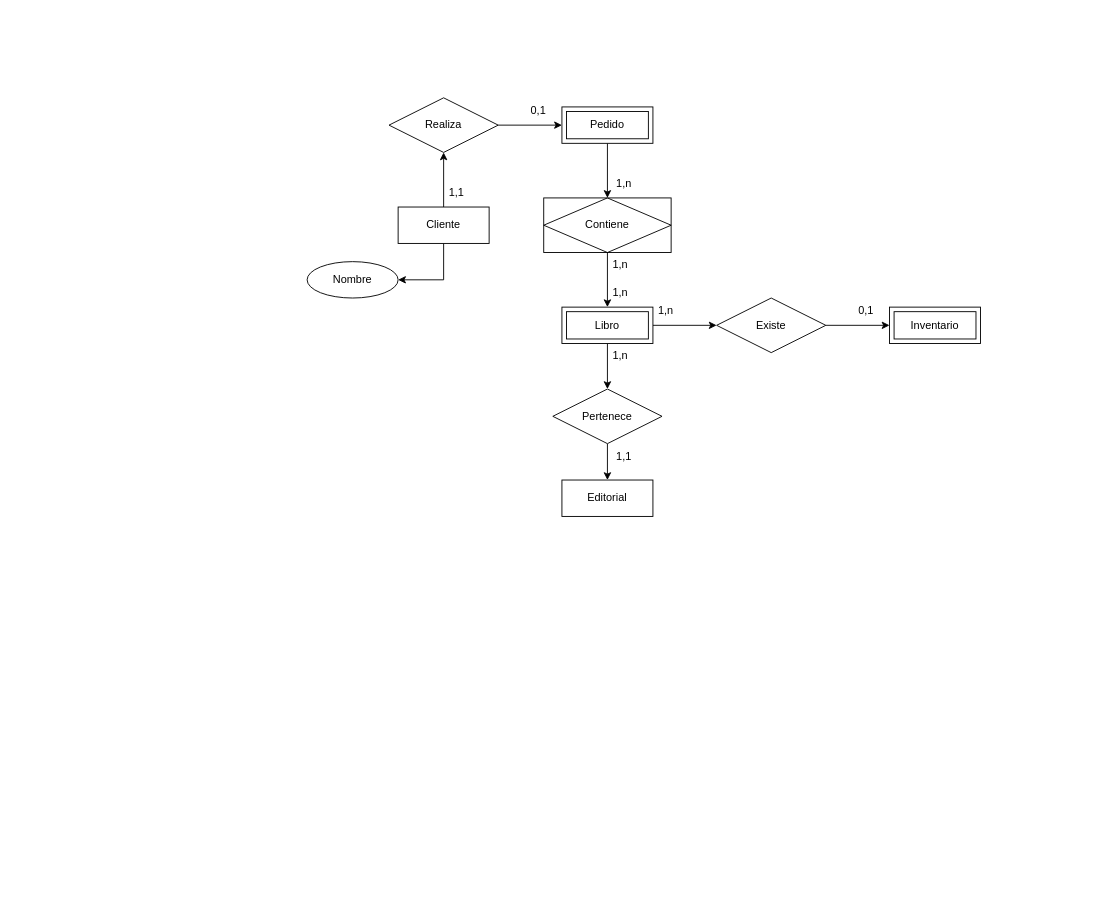
The draw.io diagram Alura/Diagrama.drawio in Alvaro-GF/Portafolio_Alura, before the edit. Source tidied: cells renumbered, new cells numbered last; positions are measured from the earlier drawing's top-left corner, leaving out a move shared by most shapes. Both pictures are drawn from the tidied source at 91%, with x=0, y=0 at pixel (307, 97).
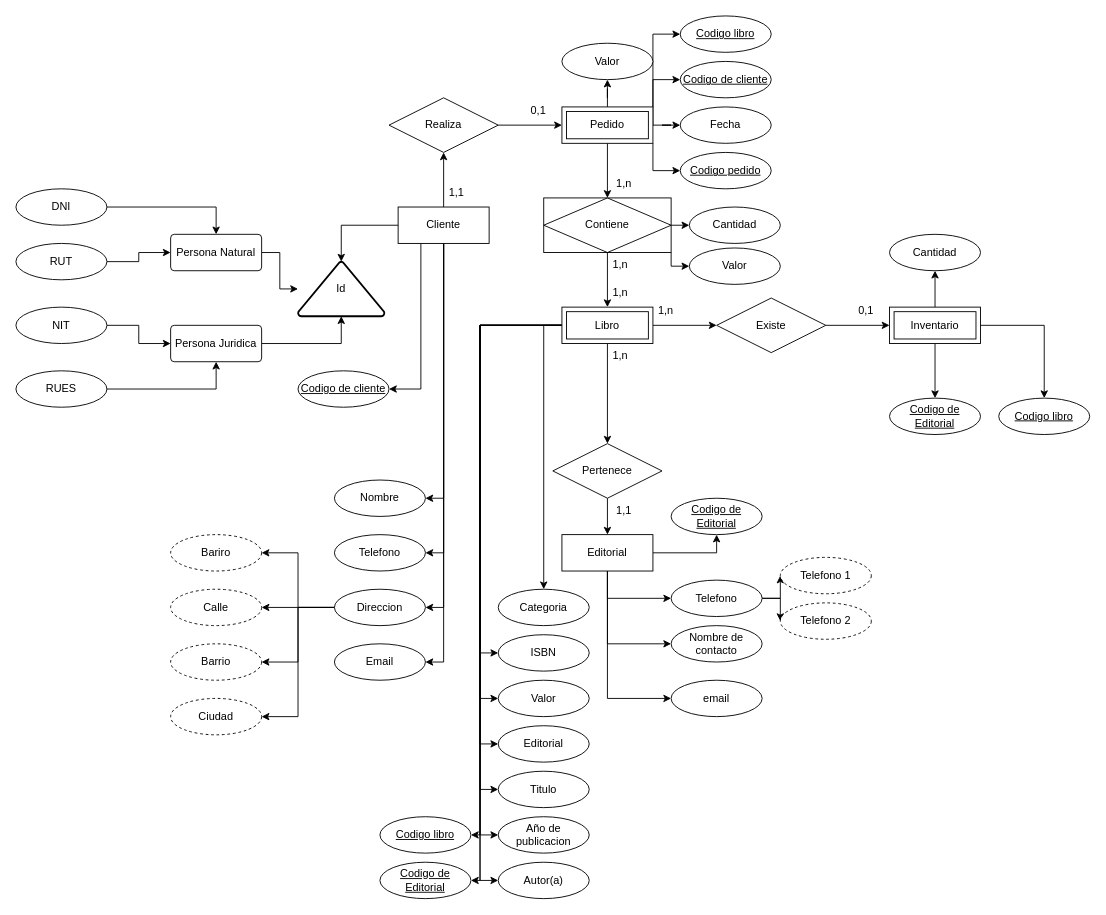
Above is the later version.

The change refers to these unchanged cells:
```xml
<mxCell id="4" value="Cliente" style="whiteSpace=wrap;html=1;align=center;" parent="1" vertex="1">
  <mxGeometry x="100" y="120" width="100" height="40" as="geometry" />
</mxCell>
<mxCell id="6" value="Pedido" style="shape=ext;margin=3;double=1;whiteSpace=wrap;html=1;align=center;" parent="1" vertex="1">
  <mxGeometry x="280" y="10" width="100" height="40" as="geometry" />
</mxCell>
<mxCell id="8" value="Contiene" style="shape=associativeEntity;whiteSpace=wrap;html=1;align=center;" parent="1" vertex="1">
  <mxGeometry x="260" y="110" width="140" height="60" as="geometry" />
</mxCell>
<mxCell id="15" value="Libro" style="shape=ext;margin=3;double=1;whiteSpace=wrap;html=1;align=center;" parent="1" vertex="1">
  <mxGeometry x="280" y="230" width="100" height="40" as="geometry" />
</mxCell>
<mxCell id="19" value="Inventario" style="shape=ext;margin=3;double=1;whiteSpace=wrap;html=1;align=center;" parent="1" vertex="1">
  <mxGeometry x="640" y="230" width="100" height="40" as="geometry" />
</mxCell>
```

What changed in the source:
```diff
@@
+    <mxCell id="30" style="edgeStyle=orthogonalEdgeStyle;rounded=0;jettySize=auto;html=1;entryX=1;entryY=0.5;entryDx=0;entryDy=0;" parent="1" edge="1" source="4" target="57">
+      <mxGeometry relative="1" as="geometry" />
+    </mxCell>
+    <mxCell id="31" style="edgeStyle=orthogonalEdgeStyle;rounded=0;jettySize=auto;html=1;entryX=1;entryY=0.5;entryDx=0;entryDy=0;" parent="1" edge="1" source="4" target="63">
+      <mxGeometry relative="1" as="geometry" />
+    </mxCell>
+    <mxCell id="32" style="edgeStyle=orthogonalEdgeStyle;rounded=0;jettySize=auto;html=1;exitX=0.5;exitY=1;exitDx=0;exitDy=0;entryX=1;entryY=0.5;entryDx=0;entryDy=0;" parent="1" edge="1" source="4" target="58">
+      <mxGeometry relative="1" as="geometry" />
+    </mxCell>
+    <mxCell id="33" style="edgeStyle=orthogonalEdgeStyle;rounded=0;jettySize=auto;html=1;exitX=0.25;exitY=1;exitDx=0;exitDy=0;entryX=1;entryY=0.5;entryDx=0;entryDy=0;" parent="1" edge="1" source="4" target="97">
+      <mxGeometry relative="1" as="geometry" />
+    </mxCell>
@@
+    <mxCell id="34" style="edgeStyle=orthogonalEdgeStyle;rounded=0;jettySize=auto;html=1;exitX=0.5;exitY=0;exitDx=0;exitDy=0;" parent="1" edge="1" source="6" target="83">
+      <mxGeometry relative="1" as="geometry" />
+    </mxCell>
+    <mxCell id="35" style="edgeStyle=orthogonalEdgeStyle;rounded=0;jettySize=auto;html=1;exitX=1;exitY=0.5;exitDx=0;exitDy=0;" parent="1" edge="1" source="6" target="82">
+      <mxGeometry relative="1" as="geometry" />
+    </mxCell>
+    <mxCell id="36" style="edgeStyle=orthogonalEdgeStyle;rounded=0;jettySize=auto;html=1;exitX=1;exitY=0;exitDx=0;exitDy=0;entryX=0;entryY=0.5;entryDx=0;entryDy=0;" parent="1" edge="1" source="6" target="99">
+      <mxGeometry relative="1" as="geometry" />
+    </mxCell>
+    <mxCell id="37" style="edgeStyle=orthogonalEdgeStyle;rounded=0;jettySize=auto;html=1;exitX=1;exitY=1;exitDx=0;exitDy=0;entryX=0;entryY=0.5;entryDx=0;entryDy=0;" parent="1" edge="1" source="6" target="101">
+      <mxGeometry relative="1" as="geometry" />
+    </mxCell>
+    <mxCell id="38" style="edgeStyle=orthogonalEdgeStyle;rounded=0;jettySize=auto;html=1;exitX=1;exitY=0.5;exitDx=0;exitDy=0;entryX=0;entryY=0.5;entryDx=0;entryDy=0;" parent="1" edge="1" source="6" target="109">
+      <mxGeometry relative="1" as="geometry">
+        <Array as="points">
+          <mxPoint x="380" y="-70" />
+        </Array>
+      </mxGeometry>
+    </mxCell>
@@
+    <mxCell id="39" style="edgeStyle=orthogonalEdgeStyle;rounded=0;jettySize=auto;html=1;exitX=1;exitY=0.5;exitDx=0;exitDy=0;entryX=0;entryY=0.5;entryDx=0;entryDy=0;" parent="1" edge="1" source="8" target="105">
+      <mxGeometry relative="1" as="geometry" />
+    </mxCell>
+    <mxCell id="40" style="edgeStyle=orthogonalEdgeStyle;rounded=0;jettySize=auto;html=1;exitX=1;exitY=1;exitDx=0;exitDy=0;entryX=0;entryY=0.5;entryDx=0;entryDy=0;" parent="1" edge="1" source="8" target="106">
+      <mxGeometry relative="1" as="geometry">
+        <Array as="points">
+          <mxPoint x="400" y="185" />
+        </Array>
+      </mxGeometry>
+    </mxCell>
@@
-    <mxCell id="11" style="edgeStyle=orthogonalEdgeStyle;rounded=0;jettySize=auto;html=1;exitX=0.5;exitY=1;exitDx=0;exitDy=0;entryX=0.5;entryY=0;entryDx=0;entryDy=0;" parent="1" edge="1" source="12" target="16">
+    <mxCell id="11" style="edgeStyle=orthogonalEdgeStyle;rounded=0;jettySize=auto;html=1;exitX=0.5;exitY=1;exitDx=0;exitDy=0;" parent="1" edge="1" source="12" target="16">
       <mxGeometry relative="1" as="geometry" />
     </mxCell>
     <mxCell id="12" value="Pertenece" style="shape=rhombus;perimeter=rhombusPerimeter;whiteSpace=wrap;html=1;align=center;" parent="1" vertex="1">
-      <mxGeometry x="270" y="320" width="120" height="60" as="geometry" />
+      <mxGeometry x="270" y="380" width="120" height="60" as="geometry" />
     </mxCell>
-    <mxCell id="13" style="edgeStyle=orthogonalEdgeStyle;rounded=0;jettySize=auto;html=1;exitX=0.5;exitY=1;exitDx=0;exitDy=0;entryX=0.5;entryY=0;entryDx=0;entryDy=0;" parent="1" edge="1" source="15" target="12">
+    <mxCell id="13" style="edgeStyle=orthogonalEdgeStyle;rounded=0;jettySize=auto;html=1;exitX=0.5;exitY=1;exitDx=0;exitDy=0;" parent="1" edge="1" source="15" target="12">
       <mxGeometry relative="1" as="geometry" />
     </mxCell>
@@
+    <mxCell id="41" style="edgeStyle=orthogonalEdgeStyle;rounded=0;jettySize=auto;html=1;exitX=0;exitY=0.5;exitDx=0;exitDy=0;" parent="1" edge="1" source="15" target="91">
+      <mxGeometry relative="1" as="geometry" />
+    </mxCell>
+    <mxCell id="42" style="edgeStyle=orthogonalEdgeStyle;rounded=0;jettySize=auto;html=1;exitX=0;exitY=0.5;exitDx=0;exitDy=0;entryX=0;entryY=0.5;entryDx=0;entryDy=0;" parent="1" edge="1" source="15" target="90">
+      <mxGeometry relative="1" as="geometry" />
+    </mxCell>
+    <mxCell id="43" style="edgeStyle=orthogonalEdgeStyle;rounded=0;jettySize=auto;html=1;exitX=0;exitY=0.5;exitDx=0;exitDy=0;entryX=0;entryY=0.5;entryDx=0;entryDy=0;" parent="1" edge="1" source="15" target="89">
+      <mxGeometry relative="1" as="geometry" />
+    </mxCell>
+    <mxCell id="44" style="edgeStyle=orthogonalEdgeStyle;rounded=0;jettySize=auto;html=1;exitX=0;exitY=0.5;exitDx=0;exitDy=0;entryX=0;entryY=0.5;entryDx=0;entryDy=0;" parent="1" edge="1" source="15" target="88">
+      <mxGeometry relative="1" as="geometry" />
+    </mxCell>
+    <mxCell id="45" style="edgeStyle=orthogonalEdgeStyle;rounded=0;jettySize=auto;html=1;exitX=0;exitY=0.5;exitDx=0;exitDy=0;entryX=0;entryY=0.5;entryDx=0;entryDy=0;" parent="1" edge="1" source="15" target="85">
+      <mxGeometry relative="1" as="geometry" />
+    </mxCell>
+    <mxCell id="46" style="edgeStyle=orthogonalEdgeStyle;rounded=0;jettySize=auto;html=1;exitX=0;exitY=0.5;exitDx=0;exitDy=0;entryX=0;entryY=0.5;entryDx=0;entryDy=0;" parent="1" edge="1" source="15" target="86">
+      <mxGeometry relative="1" as="geometry" />
+    </mxCell>
+    <mxCell id="47" style="edgeStyle=orthogonalEdgeStyle;rounded=0;jettySize=auto;html=1;exitX=0;exitY=0.5;exitDx=0;exitDy=0;entryX=0;entryY=0.5;entryDx=0;entryDy=0;" parent="1" edge="1" source="15" target="87">
+      <mxGeometry relative="1" as="geometry" />
+    </mxCell>
+    <mxCell id="48" style="edgeStyle=orthogonalEdgeStyle;rounded=0;jettySize=auto;html=1;exitX=0;exitY=0.5;exitDx=0;exitDy=0;entryX=1;entryY=0.5;entryDx=0;entryDy=0;" parent="1" edge="1" source="15" target="100">
+      <mxGeometry relative="1" as="geometry">
+        <Array as="points">
+          <mxPoint x="190" y="250" />
+          <mxPoint x="190" y="860" />
+        </Array>
+      </mxGeometry>
+    </mxCell>
+    <mxCell id="49" style="edgeStyle=orthogonalEdgeStyle;rounded=0;jettySize=auto;html=1;exitX=0;exitY=0.5;exitDx=0;exitDy=0;entryX=1;entryY=0.5;entryDx=0;entryDy=0;" parent="1" edge="1" source="15" target="107">
+      <mxGeometry relative="1" as="geometry">
+        <Array as="points">
+          <mxPoint x="190" y="250" />
+          <mxPoint x="190" y="810" />
+        </Array>
+      </mxGeometry>
+    </mxCell>
@@
+    <mxCell id="50" style="edgeStyle=orthogonalEdgeStyle;rounded=0;jettySize=auto;html=1;exitX=0.5;exitY=1;exitDx=0;exitDy=0;entryX=0;entryY=0.5;entryDx=0;entryDy=0;" parent="1" edge="1" source="16" target="94">
+      <mxGeometry relative="1" as="geometry" />
+    </mxCell>
+    <mxCell id="51" style="edgeStyle=orthogonalEdgeStyle;rounded=0;jettySize=auto;html=1;exitX=0.5;exitY=1;exitDx=0;exitDy=0;entryX=0;entryY=0.5;entryDx=0;entryDy=0;" parent="1" edge="1" source="16" target="103">
+      <mxGeometry relative="1" as="geometry" />
+    </mxCell>
+    <mxCell id="52" style="edgeStyle=orthogonalEdgeStyle;rounded=0;jettySize=auto;html=1;exitX=0.5;exitY=1;exitDx=0;exitDy=0;entryX=0;entryY=0.5;entryDx=0;entryDy=0;" parent="1" edge="1" source="16" target="104">
+      <mxGeometry relative="1" as="geometry" />
+    </mxCell>
+    <mxCell id="53" style="edgeStyle=orthogonalEdgeStyle;rounded=0;jettySize=auto;html=1;exitX=1;exitY=0.5;exitDx=0;exitDy=0;entryX=0.5;entryY=1;entryDx=0;entryDy=0;" parent="1" edge="1" source="16" target="98">
+      <mxGeometry relative="1" as="geometry" />
+    </mxCell>
     <mxCell id="16" value="Editorial" style="whiteSpace=wrap;html=1;align=center;" parent="1" vertex="1">
-      <mxGeometry x="280" y="420" width="100" height="40" as="geometry" />
+      <mxGeometry x="280" y="480" width="100" height="40" as="geometry" />
     </mxCell>
@@
+    <mxCell id="54" style="edgeStyle=orthogonalEdgeStyle;rounded=0;jettySize=auto;html=1;exitX=0.5;exitY=0;exitDx=0;exitDy=0;" parent="1" edge="1" source="19" target="84">
+      <mxGeometry relative="1" as="geometry" />
+    </mxCell>
+    <mxCell id="55" style="edgeStyle=orthogonalEdgeStyle;rounded=0;jettySize=auto;html=1;exitX=0.5;exitY=1;exitDx=0;exitDy=0;entryX=0.5;entryY=0;entryDx=0;entryDy=0;" parent="1" edge="1" source="19" target="102">
+      <mxGeometry relative="1" as="geometry" />
+    </mxCell>
+    <mxCell id="56" style="edgeStyle=orthogonalEdgeStyle;rounded=0;jettySize=auto;html=1;exitX=1;exitY=0.5;exitDx=0;exitDy=0;" parent="1" edge="1" source="19" target="108">
+      <mxGeometry relative="1" as="geometry" />
+    </mxCell>
@@
     <mxCell id="25" value="1,1" style="text;strokeColor=none;fillColor=none;spacingLeft=4;spacingRight=4;overflow=hidden;fontSize=12;whiteSpace=wrap;html=1;" parent="1" vertex="1">
-      <mxGeometry x="334" y="380" width="40" height="30" as="geometry" />
+      <mxGeometry x="334" y="440" width="40" height="30" as="geometry" />
     </mxCell>
@@
     <mxCell id="29" value="Nombre" style="ellipse;whiteSpace=wrap;html=1;align=center;" parent="1" vertex="1">
-      <mxGeometry y="180" width="100" height="40" as="geometry" />
+      <mxGeometry x="30" y="420" width="100" height="40" as="geometry" />
     </mxCell>
+    <mxCell id="57" value="Telefono" style="ellipse;whiteSpace=wrap;html=1;align=center;" parent="1" vertex="1">
+      <mxGeometry x="30" y="480" width="100" height="40" as="geometry" />
+    </mxCell>
+    <mxCell id="58" value="Email" style="ellipse;whiteSpace=wrap;html=1;align=center;" parent="1" vertex="1">
+      <mxGeometry x="30" y="600" width="100" height="40" as="geometry" />
+    </mxCell>
+    <mxCell id="59" style="edgeStyle=orthogonalEdgeStyle;rounded=0;jettySize=auto;html=1;exitX=0;exitY=0.5;exitDx=0;exitDy=0;entryX=1;entryY=0.5;entryDx=0;entryDy=0;" parent="1" edge="1" source="63" target="64">
+      <mxGeometry relative="1" as="geometry" />
+    </mxCell>
+    <mxCell id="60" style="edgeStyle=orthogonalEdgeStyle;rounded=0;jettySize=auto;html=1;exitX=0;exitY=0.5;exitDx=0;exitDy=0;entryX=1;entryY=0.5;entryDx=0;entryDy=0;" parent="1" edge="1" source="63" target="65">
+      <mxGeometry relative="1" as="geometry" />
+    </mxCell>
+    <mxCell id="61" style="edgeStyle=orthogonalEdgeStyle;rounded=0;jettySize=auto;html=1;exitX=0;exitY=0.5;exitDx=0;exitDy=0;entryX=1;entryY=0.5;entryDx=0;entryDy=0;" parent="1" edge="1" source="63" target="66">
+      <mxGeometry relative="1" as="geometry" />
+    </mxCell>
+    <mxCell id="62" style="edgeStyle=orthogonalEdgeStyle;rounded=0;jettySize=auto;html=1;exitX=0;exitY=0.5;exitDx=0;exitDy=0;entryX=1;entryY=0.5;entryDx=0;entryDy=0;" parent="1" edge="1" source="63" target="67">
+      <mxGeometry relative="1" as="geometry" />
+    </mxCell>
+    <mxCell id="63" value="Direccion" style="ellipse;whiteSpace=wrap;html=1;align=center;" parent="1" vertex="1">
+      <mxGeometry x="30" y="540" width="100" height="40" as="geometry" />
+    </mxCell>
+    <mxCell id="64" value="Calle" style="ellipse;whiteSpace=wrap;html=1;align=center;dashed=1;" parent="1" vertex="1">
+      <mxGeometry x="-150" y="540" width="100" height="40" as="geometry" />
+    </mxCell>
+    <mxCell id="65" value="Barrio" style="ellipse;whiteSpace=wrap;html=1;align=center;dashed=1;" parent="1" vertex="1">
+      <mxGeometry x="-150" y="600" width="100" height="40" as="geometry" />
+    </mxCell>
+    <mxCell id="66" value="Ciudad" style="ellipse;whiteSpace=wrap;html=1;align=center;dashed=1;" parent="1" vertex="1">
+      <mxGeometry x="-150" y="660" width="100" height="40" as="geometry" />
+    </mxCell>
+    <mxCell id="67" value="Bariro" style="ellipse;whiteSpace=wrap;html=1;align=center;dashed=1;" parent="1" vertex="1">
+      <mxGeometry x="-150" y="480" width="100" height="40" as="geometry" />
+    </mxCell>
+    <mxCell id="68" value="Id" style="strokeWidth=2;html=1;shape=mxgraph.flowchart.extract_or_measurement;whiteSpace=wrap;" parent="1" vertex="1">
+      <mxGeometry x="-10" y="180" width="95" height="60" as="geometry" />
+    </mxCell>
+    <mxCell id="69" style="edgeStyle=orthogonalEdgeStyle;rounded=0;jettySize=auto;html=1;exitX=0;exitY=0.5;exitDx=0;exitDy=0;entryX=0.5;entryY=0;entryDx=0;entryDy=0;entryPerimeter=0;" parent="1" edge="1" source="4" target="68">
+      <mxGeometry relative="1" as="geometry" />
+    </mxCell>
+    <mxCell id="70" style="edgeStyle=orthogonalEdgeStyle;rounded=0;jettySize=auto;html=1;exitX=1;exitY=0.5;exitDx=0;exitDy=0;" parent="1" edge="1" source="71" target="68">
+      <mxGeometry relative="1" as="geometry" />
+    </mxCell>
+    <mxCell id="71" value="Persona Natural" style="rounded=1;arcSize=10;whiteSpace=wrap;html=1;align=center;" parent="1" vertex="1">
+      <mxGeometry x="-150" y="150" width="100" height="40" as="geometry" />
+    </mxCell>
+    <mxCell id="72" style="edgeStyle=orthogonalEdgeStyle;rounded=0;jettySize=auto;html=1;exitX=1;exitY=0.5;exitDx=0;exitDy=0;" parent="1" edge="1" source="73" target="68">
+      <mxGeometry relative="1" as="geometry" />
+    </mxCell>
+    <mxCell id="73" value="Persona Juridica" style="rounded=1;arcSize=10;whiteSpace=wrap;html=1;align=center;" parent="1" vertex="1">
+      <mxGeometry x="-150" y="250" width="100" height="40" as="geometry" />
+    </mxCell>
+    <mxCell id="74" style="edgeStyle=orthogonalEdgeStyle;rounded=0;jettySize=auto;html=1;exitX=1;exitY=0.5;exitDx=0;exitDy=0;" parent="1" edge="1" source="75" target="71">
+      <mxGeometry relative="1" as="geometry" />
+    </mxCell>
+    <mxCell id="75" value="DNI" style="ellipse;whiteSpace=wrap;html=1;align=center;" parent="1" vertex="1">
+      <mxGeometry x="-320" y="100" width="100" height="40" as="geometry" />
+    </mxCell>
+    <mxCell id="76" style="edgeStyle=orthogonalEdgeStyle;rounded=0;jettySize=auto;html=1;exitX=1;exitY=0.5;exitDx=0;exitDy=0;" parent="1" edge="1" source="77" target="71">
+      <mxGeometry relative="1" as="geometry" />
+    </mxCell>
+    <mxCell id="77" value="RUT" style="ellipse;whiteSpace=wrap;html=1;align=center;" parent="1" vertex="1">
+      <mxGeometry x="-320" y="160" width="100" height="40" as="geometry" />
+    </mxCell>
+    <mxCell id="78" style="edgeStyle=orthogonalEdgeStyle;rounded=0;jettySize=auto;html=1;exitX=1;exitY=0.5;exitDx=0;exitDy=0;" parent="1" edge="1" source="79" target="73">
+      <mxGeometry relative="1" as="geometry" />
+    </mxCell>
+    <mxCell id="79" value="NIT" style="ellipse;whiteSpace=wrap;html=1;align=center;" parent="1" vertex="1">
+      <mxGeometry x="-320" y="230" width="100" height="40" as="geometry" />
+    </mxCell>
+    <mxCell id="80" style="edgeStyle=orthogonalEdgeStyle;rounded=0;jettySize=auto;html=1;exitX=1;exitY=0.5;exitDx=0;exitDy=0;" parent="1" edge="1" source="81" target="73">
+      <mxGeometry relative="1" as="geometry" />
+    </mxCell>
+    <mxCell id="81" value="RUES" style="ellipse;whiteSpace=wrap;html=1;align=center;" parent="1" vertex="1">
+      <mxGeometry x="-320" y="300" width="100" height="40" as="geometry" />
+    </mxCell>
+    <mxCell id="82" value="Fecha" style="ellipse;whiteSpace=wrap;html=1;align=center;" parent="1" vertex="1">
+      <mxGeometry x="410" y="10" width="100" height="40" as="geometry" />
+    </mxCell>
+    <mxCell id="83" value="Valor" style="ellipse;whiteSpace=wrap;html=1;align=center;" parent="1" vertex="1">
+      <mxGeometry x="280" y="-60" width="100" height="40" as="geometry" />
+    </mxCell>
+    <mxCell id="84" value="Cantidad" style="ellipse;whiteSpace=wrap;html=1;align=center;" parent="1" vertex="1">
+      <mxGeometry x="640" y="150" width="100" height="40" as="geometry" />
+    </mxCell>
+    <mxCell id="85" value="Titulo" style="ellipse;whiteSpace=wrap;html=1;align=center;" parent="1" vertex="1">
+      <mxGeometry x="210" y="740" width="100" height="40" as="geometry" />
+    </mxCell>
+    <mxCell id="86" value="Año de publicacion" style="ellipse;whiteSpace=wrap;html=1;align=center;" parent="1" vertex="1">
+      <mxGeometry x="210" y="790" width="100" height="40" as="geometry" />
+    </mxCell>
+    <mxCell id="87" value="Autor(a)" style="ellipse;whiteSpace=wrap;html=1;align=center;" parent="1" vertex="1">
+      <mxGeometry x="210" y="840" width="100" height="40" as="geometry" />
+    </mxCell>
+    <mxCell id="88" value="Editorial" style="ellipse;whiteSpace=wrap;html=1;align=center;" parent="1" vertex="1">
+      <mxGeometry x="210" y="690" width="100" height="40" as="geometry" />
+    </mxCell>
+    <mxCell id="89" value="Valor" style="ellipse;whiteSpace=wrap;html=1;align=center;" parent="1" vertex="1">
+      <mxGeometry x="210" y="640" width="100" height="40" as="geometry" />
+    </mxCell>
+    <mxCell id="90" value="ISBN" style="ellipse;whiteSpace=wrap;html=1;align=center;" parent="1" vertex="1">
+      <mxGeometry x="210" y="590" width="100" height="40" as="geometry" />
+    </mxCell>
+    <mxCell id="91" value="Categoria" style="ellipse;whiteSpace=wrap;html=1;align=center;" parent="1" vertex="1">
+      <mxGeometry x="210" y="540" width="100" height="40" as="geometry" />
+    </mxCell>
+    <mxCell id="92" style="edgeStyle=orthogonalEdgeStyle;rounded=0;jettySize=auto;html=1;exitX=1;exitY=0.5;exitDx=0;exitDy=0;" parent="1" edge="1" source="94" target="95">
+      <mxGeometry relative="1" as="geometry" />
+    </mxCell>
+    <mxCell id="93" style="edgeStyle=orthogonalEdgeStyle;rounded=0;jettySize=auto;html=1;exitX=1;exitY=0.5;exitDx=0;exitDy=0;" parent="1" edge="1" source="94" target="96">
+      <mxGeometry relative="1" as="geometry" />
+    </mxCell>
+    <mxCell id="94" value="Telefono" style="ellipse;whiteSpace=wrap;html=1;align=center;" parent="1" vertex="1">
+      <mxGeometry x="400" y="530" width="100" height="40" as="geometry" />
+    </mxCell>
+    <mxCell id="95" value="Telefono 1" style="ellipse;whiteSpace=wrap;html=1;align=center;dashed=1;" parent="1" vertex="1">
+      <mxGeometry x="520" y="505" width="100" height="40" as="geometry" />
+    </mxCell>
+    <mxCell id="96" value="Telefono 2" style="ellipse;whiteSpace=wrap;html=1;align=center;dashed=1;" parent="1" vertex="1">
+      <mxGeometry x="520" y="555" width="100" height="40" as="geometry" />
+    </mxCell>
+    <mxCell id="97" value="Codigo de cliente" style="ellipse;whiteSpace=wrap;html=1;align=center;fontStyle=4;" parent="1" vertex="1">
+      <mxGeometry x="-10" y="300" width="100" height="40" as="geometry" />
+    </mxCell>
+    <mxCell id="98" value="Codigo de Editorial" style="ellipse;whiteSpace=wrap;html=1;align=center;fontStyle=4;" parent="1" vertex="1">
+      <mxGeometry x="400" y="440" width="100" height="40" as="geometry" />
+    </mxCell>
+    <mxCell id="99" value="Codigo de cliente" style="ellipse;whiteSpace=wrap;html=1;align=center;fontStyle=4;" parent="1" vertex="1">
+      <mxGeometry x="410" y="-40" width="100" height="40" as="geometry" />
+    </mxCell>
+    <mxCell id="100" value="Codigo de Editorial" style="ellipse;whiteSpace=wrap;html=1;align=center;fontStyle=4;" parent="1" vertex="1">
+      <mxGeometry x="80" y="840" width="100" height="40" as="geometry" />
+    </mxCell>
+    <mxCell id="101" value="Codigo pedido" style="ellipse;whiteSpace=wrap;html=1;align=center;fontStyle=4;" parent="1" vertex="1">
+      <mxGeometry x="410" y="60" width="100" height="40" as="geometry" />
+    </mxCell>
+    <mxCell id="102" value="Codigo de Editorial" style="ellipse;whiteSpace=wrap;html=1;align=center;fontStyle=4;" parent="1" vertex="1">
+      <mxGeometry x="640" y="330" width="100" height="40" as="geometry" />
+    </mxCell>
+    <mxCell id="103" value="Nombre de contacto" style="ellipse;whiteSpace=wrap;html=1;align=center;" parent="1" vertex="1">
+      <mxGeometry x="400" y="580" width="100" height="40" as="geometry" />
+    </mxCell>
+    <mxCell id="104" value="email" style="ellipse;whiteSpace=wrap;html=1;align=center;" parent="1" vertex="1">
+      <mxGeometry x="400" y="640" width="100" height="40" as="geometry" />
+    </mxCell>
+    <mxCell id="105" value="Cantidad" style="ellipse;whiteSpace=wrap;html=1;align=center;" parent="1" vertex="1">
+      <mxGeometry x="420" y="120" width="100" height="40" as="geometry" />
+    </mxCell>
+    <mxCell id="106" value="Valor" style="ellipse;whiteSpace=wrap;html=1;align=center;" parent="1" vertex="1">
+      <mxGeometry x="420" y="165" width="100" height="40" as="geometry" />
+    </mxCell>
+    <mxCell id="107" value="Codigo libro" style="ellipse;whiteSpace=wrap;html=1;align=center;fontStyle=4;" parent="1" vertex="1">
+      <mxGeometry x="80" y="790" width="100" height="40" as="geometry" />
+    </mxCell>
+    <mxCell id="108" value="Codigo libro" style="ellipse;whiteSpace=wrap;html=1;align=center;fontStyle=4;" parent="1" vertex="1">
+      <mxGeometry x="760" y="330" width="100" height="40" as="geometry" />
+    </mxCell>
+    <mxCell id="109" value="Codigo libro" style="ellipse;whiteSpace=wrap;html=1;align=center;fontStyle=4;" parent="1" vertex="1">
+      <mxGeometry x="410" y="-90" width="100" height="40" as="geometry" />
+    </mxCell>
```
